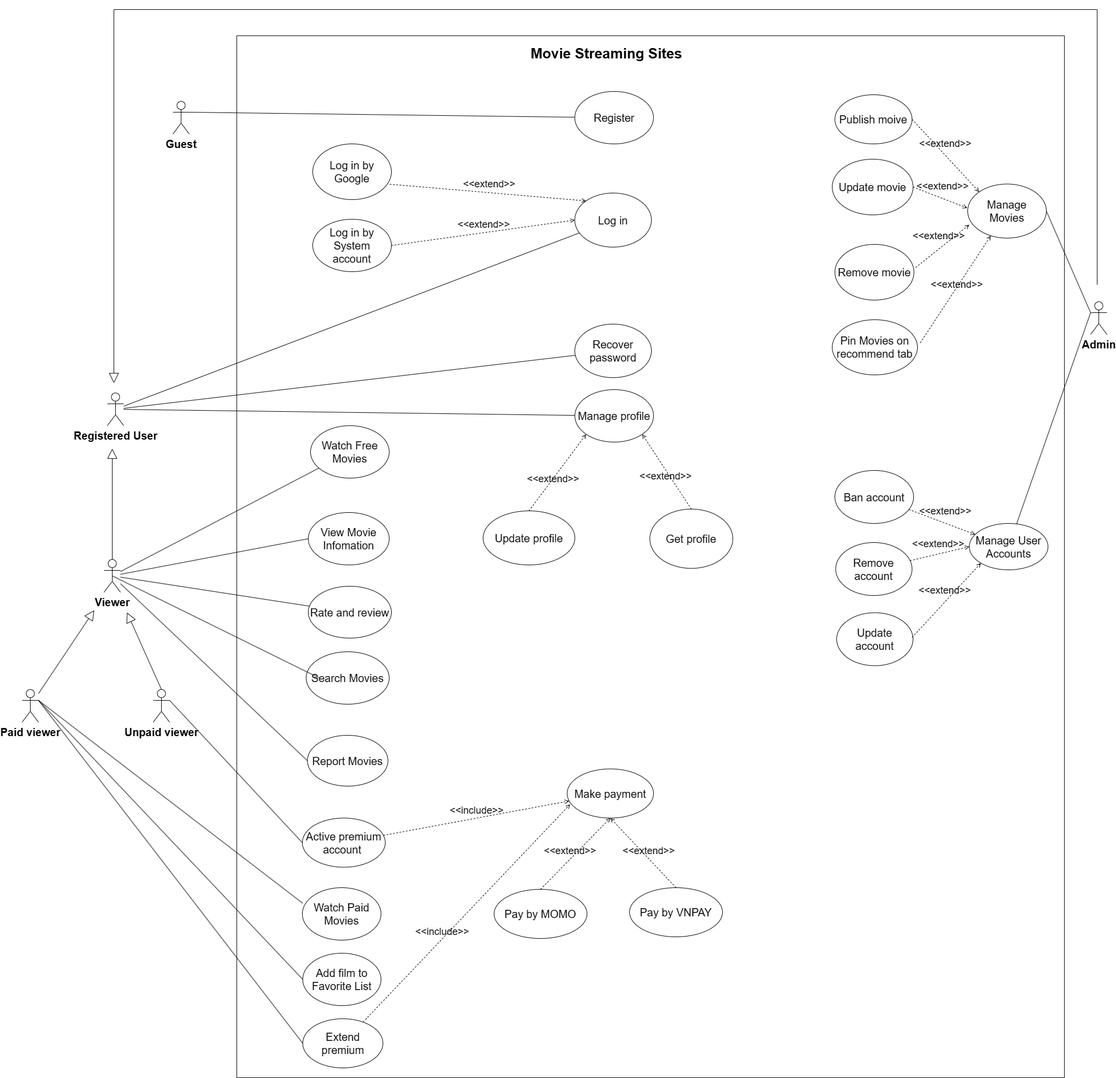
Before: pa/PA02/Use-case-model.png, a diagram exported from draw.io (peterPain01/CineClick). Source tidied: cells renumbered, new cells last; positions are measured from the earlier drawing's top-left corner, leaving out a move shared by most shapes.
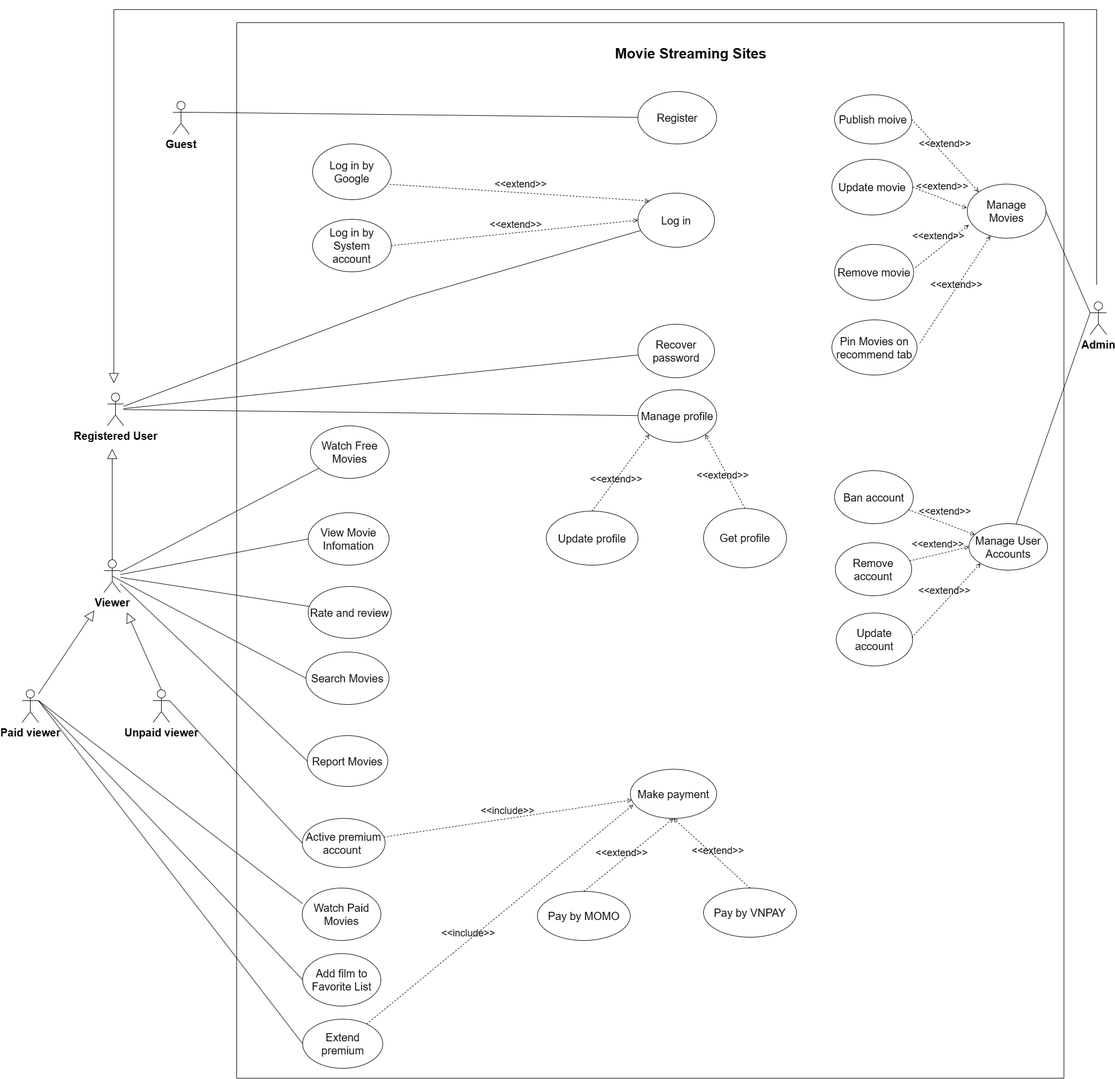
Later version of the same file.

What changed in the source:
```diff
@@ -31,13 +31,13 @@
       </mxGeometry>
     </mxCell>
     <mxCell id="8" value="&lt;font style=&quot;font-size: 20px;&quot;&gt;Log in&lt;/font&gt;" style="ellipse;whiteSpace=wrap;html=1;fontSize=20;" parent="1" vertex="1">
-      <mxGeometry x="1011.8" y="336" width="140.2" height="99" as="geometry" />
+      <mxGeometry x="1127.8" y="336" width="140.2" height="99" as="geometry" />
     </mxCell>
     <mxCell id="9" value="&lt;font style=&quot;font-size: 20px;&quot;&gt;Register&lt;/font&gt;" style="ellipse;whiteSpace=wrap;html=1;fontSize=20;" parent="1" vertex="1">
-      <mxGeometry x="1011.8" y="150" width="144" height="96" as="geometry" />
+      <mxGeometry x="1127.8" y="150" width="144" height="96" as="geometry" />
     </mxCell>
     <mxCell id="10" value="&lt;font style=&quot;font-size: 26px;&quot;&gt;Movie Streaming Sites&lt;/font&gt;" style="text;html=1;strokeColor=none;fillColor=none;align=center;verticalAlign=middle;whiteSpace=wrap;rounded=0;fontStyle=1;fontSize=26;" parent="1" vertex="1">
-      <mxGeometry x="920.1" y="66" width="300" height="30" as="geometry" />
+      <mxGeometry x="1075.1" y="66" width="300" height="30" as="geometry" />
     </mxCell>
     <mxCell id="11" style="endArrow=none;html=1;rounded=0;" parent="1" edge="1" source="2" target="8">
       <mxGeometry relative="1" as="geometry">
@@ -56,7 +56,7 @@
       <mxGeometry x="523.9" y="1056" width="152.1" height="95" as="geometry" />
     </mxCell>
     <mxCell id="15" value="Recover password" style="ellipse;whiteSpace=wrap;html=1;fontSize=20;" parent="1" vertex="1">
-      <mxGeometry x="1011.8" y="576" width="140.2" height="98" as="geometry" />
+      <mxGeometry x="1127.8" y="576" width="140.2" height="98" as="geometry" />
     </mxCell>
     <mxCell id="16" value="Active premium account&amp;nbsp;" style="ellipse;whiteSpace=wrap;html=1;fontSize=20;" parent="1" vertex="1">
       <mxGeometry x="513" y="1480.5" width="151.8" height="90" as="geometry" />
@@ -91,19 +91,17 @@
     <mxCell id="26" style="endArrow=none;html=1;rounded=0;" parent="1" edge="1" source="4" target="14">
       <mxGeometry relative="1" as="geometry" />
     </mxCell>
-    <mxCell id="27" style="endArrow=none;html=1;rounded=0;exitX=0.5;exitY=0.5;exitDx=0;exitDy=0;exitPerimeter=0;entryX=0;entryY=0.5;entryDx=0;entryDy=0;" parent="1" edge="1" source="4">
-      <mxGeometry relative="1" as="geometry">
-        <mxPoint x="544" y="1224" as="targetPoint" />
-      </mxGeometry>
+    <mxCell id="27" style="endArrow=none;html=1;rounded=0;exitX=0.5;exitY=0.5;exitDx=0;exitDy=0;exitPerimeter=0;entryX=0;entryY=0.5;entryDx=0;entryDy=0;" parent="1" edge="1" source="4" target="13">
+      <mxGeometry relative="1" as="geometry" />
     </mxCell>
     <mxCell id="28" value="Manage profile" style="ellipse;whiteSpace=wrap;html=1;fontSize=20;" parent="1" vertex="1">
-      <mxGeometry x="1011.9" y="696" width="144" height="96" as="geometry" />
+      <mxGeometry x="1127.9" y="696" width="144" height="96" as="geometry" />
     </mxCell>
     <mxCell id="29" value="Get profile" style="ellipse;whiteSpace=wrap;html=1;fontSize=20;" parent="1" vertex="1">
-      <mxGeometry x="1149.1" y="914.8" width="151.9" height="108.5" as="geometry" />
+      <mxGeometry x="1248" y="913.2" width="151.9" height="108.5" as="geometry" />
     </mxCell>
     <mxCell id="30" value="Update profile" style="ellipse;whiteSpace=wrap;html=1;fontSize=20;" parent="1" vertex="1">
-      <mxGeometry x="843.9" y="918" width="168" height="99" as="geometry" />
+      <mxGeometry x="959.9" y="918" width="168" height="99" as="geometry" />
     </mxCell>
     <mxCell id="31" value="Guest" style="shape=umlActor;verticalLabelPosition=bottom;verticalAlign=top;html=1;outlineConnect=0;fontSize=20;fontStyle=1;" parent="1" vertex="1">
       <mxGeometry x="276" y="168" width="30" height="60" as="geometry" />
@@ -124,7 +122,7 @@
       <mxGeometry x="1491.1" y="1104.5" width="139.8" height="97" as="geometry" />
     </mxCell>
     <mxCell id="37" value="Make payment" style="ellipse;whiteSpace=wrap;html=1;fontSize=20;" parent="1" vertex="1">
-      <mxGeometry x="997.8" y="1390.5" width="158.1" height="90" as="geometry" />
+      <mxGeometry x="1113.8" y="1390.5" width="158.1" height="90" as="geometry" />
     </mxCell>
     <mxCell id="38" value="Paid&amp;nbsp;viewer" style="shape=umlActor;verticalLabelPosition=bottom;verticalAlign=top;html=1;outlineConnect=0;fontSize=20;fontStyle=1;" parent="1" vertex="1">
       <mxGeometry y="1245" width="30" height="60" as="geometry" />
@@ -171,10 +169,10 @@
       <mxGeometry relative="1" as="geometry" />
     </mxCell>
     <mxCell id="51" value="Pay by VNPAY" style="ellipse;whiteSpace=wrap;html=1;fontSize=20;" parent="1" vertex="1">
-      <mxGeometry x="1112" y="1608" width="170.1" height="90" as="geometry" />
+      <mxGeometry x="1248" y="1608" width="170.1" height="90" as="geometry" />
     </mxCell>
     <mxCell id="52" value="Pay by MOMO" style="ellipse;whiteSpace=wrap;html=1;fontSize=20;" parent="1" vertex="1">
-      <mxGeometry x="864" y="1611" width="170.1" height="90" as="geometry" />
+      <mxGeometry x="943.7" y="1614" width="170.1" height="90" as="geometry" />
     </mxCell>
     <mxCell id="53" value="&lt;font style=&quot;font-size: 18px;&quot;&gt;&amp;lt;&amp;lt;include&amp;gt;&amp;gt;&lt;/font&gt;" style="html=1;verticalAlign=bottom;labelBackgroundColor=none;endArrow=open;endFill=0;dashed=1;rounded=0;fontSize=18;entryX=0.035;entryY=0.721;entryDx=0;entryDy=0;entryPerimeter=0;" parent="1" edge="1" source="49" target="37">
       <mxGeometry x="-0.24" y="-1" relative="1" as="geometry" />
@@ -237,7 +235,7 @@
       <mxGeometry x="0.01" y="1" relative="1" as="geometry" />
     </mxCell>
     <mxCell id="73" style="rounded=0;whiteSpace=wrap;html=1;fillColor=none;" parent="1" vertex="1">
-      <mxGeometry x="393" y="48" width="1515" height="1908" as="geometry" />
+      <mxGeometry x="393" y="24" width="1515" height="1932" as="geometry" />
     </mxCell>
   </root>
 </mxGraphModel>
```
